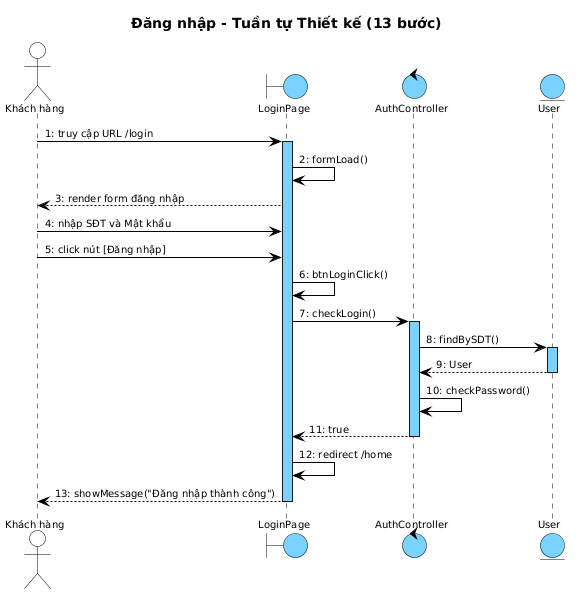
Earlier version of the PlantUML export output/diagrams/account_seq_login_design.png (thanhtrnnn/cnpm).
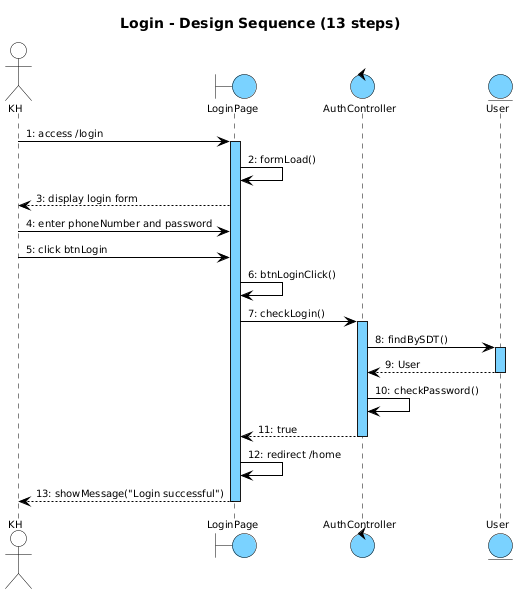
Later version of the same file.

The edit, as a diff of the source:
```diff
@@ -1,10 +1,8 @@
 @startuml
 skinparam shadowing false
 skinparam SequenceMessageAlign left
-
 skinparam SequenceLifeLineBackgroundColor #7AD2FF
 skinparam SequenceLifeLineBorderColor #000000
-
 <style>
 sequenceDiagram {
   Shadowing 0
@@ -12,13 +10,11 @@
   FontName "Arial"
   FontSize 10
   FontColor #000000
-
   participant {
     BackgroundColor #7AD2FF
     LineColor #000000
     LineThickness 1
   }
-
   actor {
     BackgroundColor transparent
     LineColor #000000
@@ -35,12 +31,10 @@
     BackgroundColor #7AD2FF
     LineColor #000000
   }
-
   lifeline {
     LineColor #000000
     LineStyle 5-5
   }
-
   arrow {
     LineColor #000000
     LineThickness 1
@@ -48,19 +42,19 @@
   }
 }
 </style>
-title Đăng nhập - Tuần tự Thiết kế (13 bước)
+title Login - Design Sequence (13 steps)
 
-actor "Khách hàng" as KH
+actor "KH" as KH
 boundary LoginPage as B1
 control AuthController as C1
 entity User as E1
 
-KH -> B1 : 1: truy cập URL /login
+KH -> B1 : 1: access /login
 activate B1
 B1 -> B1 : 2: formLoad()
-B1 --> KH : 3: render form đăng nhập
-KH -> B1 : 4: nhập SĐT và Mật khẩu
-KH -> B1 : 5: click nút [Đăng nhập]
+B1 --> KH : 3: display login form
+KH -> B1 : 4: enter phoneNumber and password
+KH -> B1 : 5: click btnLogin
 B1 -> B1 : 6: btnLoginClick()
 B1 -> C1 : 7: checkLogin()
 activate C1
@@ -72,6 +66,6 @@
 C1 --> B1 : 11: true
 deactivate C1
 B1 -> B1 : 12: redirect /home
-B1 --> KH : 13: showMessage("Đăng nhập thành công")
+B1 --> KH : 13: showMessage("Login successful")
 deactivate B1
 @enduml
```
